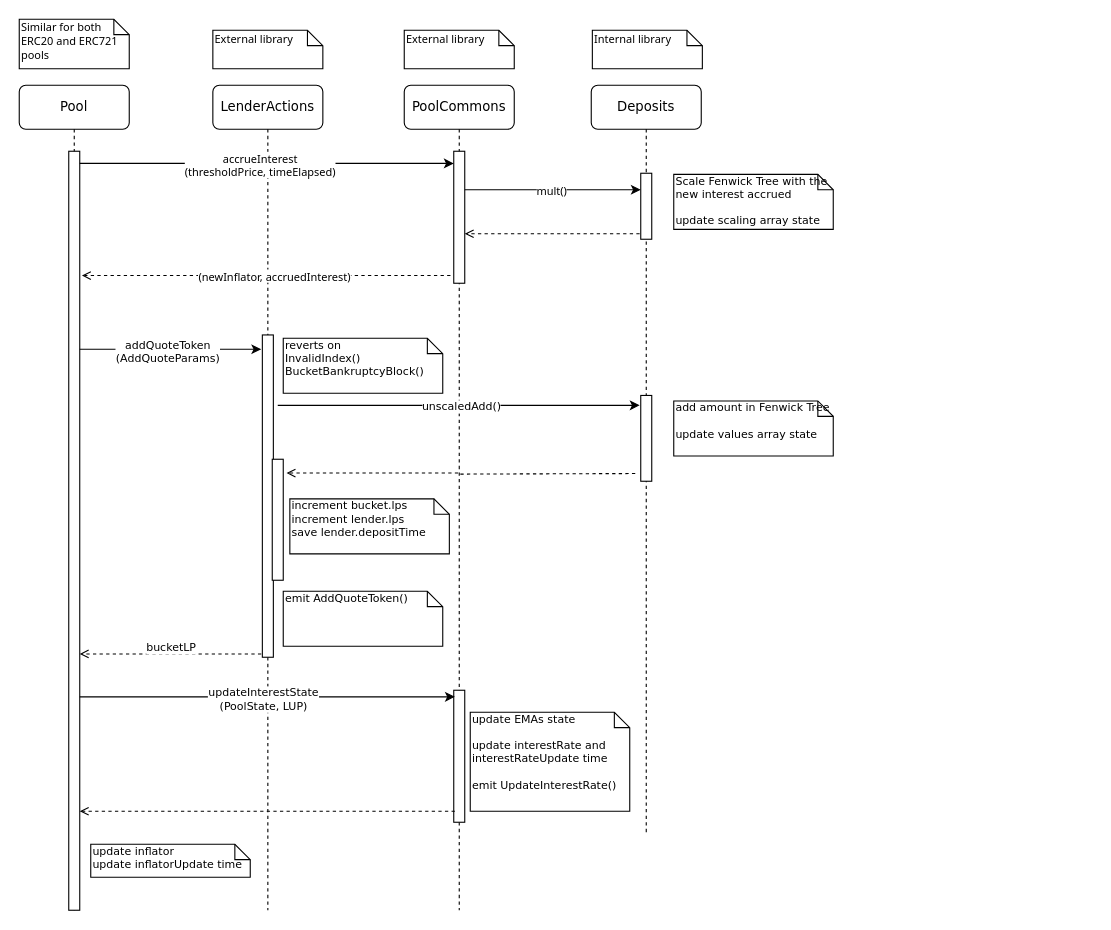
ajna-finance/ajna-core keeps this draw.io diagram as docs/drawio/addQuoteToken.drawio. Above is the earlier version. Source tidied: cells renumbered, new cells numbered last; positions are measured from the earlier drawing's top-left corner, leaving out a move shared by most shapes. Both pictures are drawn from the tidied source at 110%, with x=0, y=0 at pixel (19, 19).
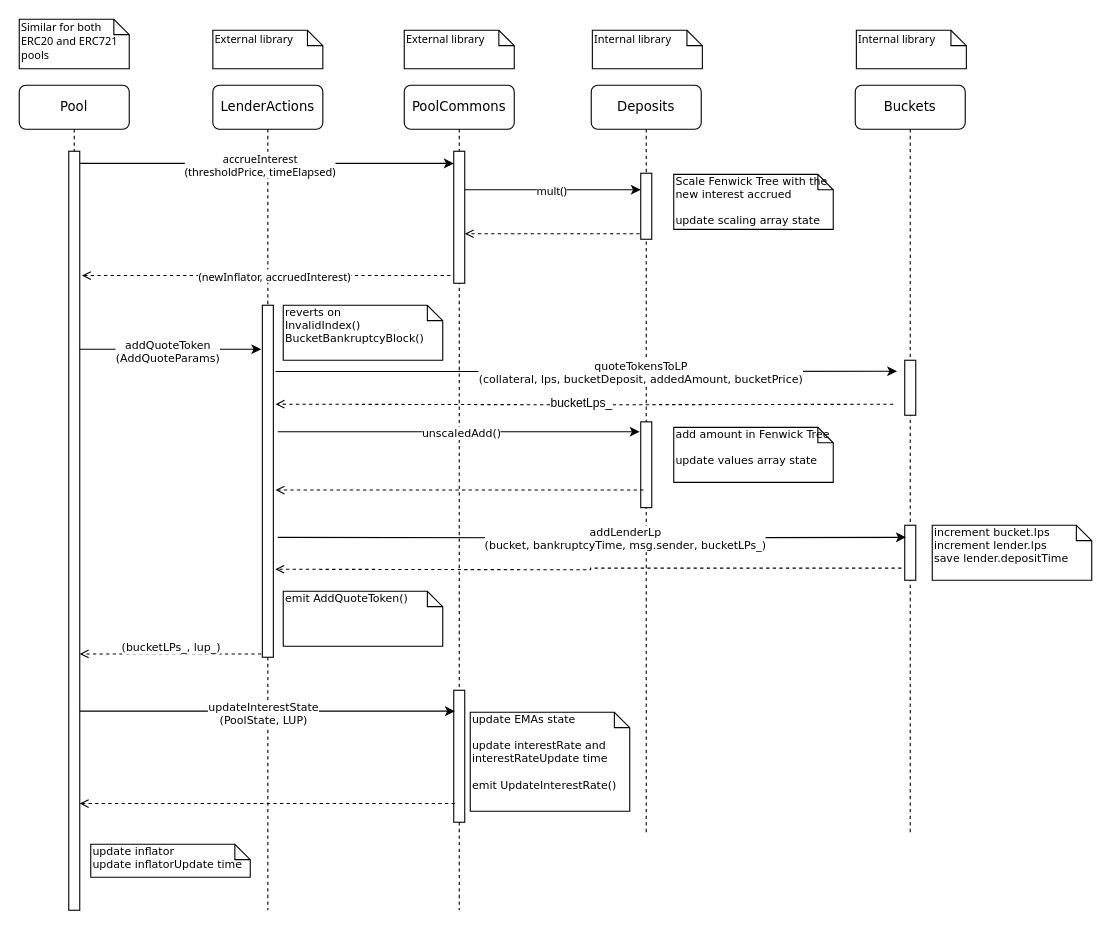
Above is the later version.

Unchanged cells that the change refers to:
```xml
<mxCell id="2" value="LenderActions" style="shape=umlLifeline;perimeter=lifelinePerimeter;whiteSpace=wrap;html=1;rounded=1;shadow=0;comic=0;labelBackgroundColor=none;strokeWidth=1;fontFamily=Verdana;fontSize=12;align=center;" parent="1" vertex="1">
  <mxGeometry x="176" y="60" width="100" height="750" as="geometry" />
</mxCell>
<mxCell id="5" value="PoolCommons" style="shape=umlLifeline;perimeter=lifelinePerimeter;whiteSpace=wrap;html=1;rounded=1;shadow=0;comic=0;labelBackgroundColor=none;strokeWidth=1;fontFamily=Verdana;fontSize=12;align=center;" parent="1" vertex="1">
  <mxGeometry x="350" y="60" width="100" height="750" as="geometry" />
</mxCell>
<mxCell id="7" style="html=1;points=[];perimeter=orthogonalPerimeter;rounded=0;shadow=0;comic=0;labelBackgroundColor=none;strokeWidth=1;fontFamily=Verdana;fontSize=12;align=center;" parent="5" vertex="1">
  <mxGeometry x="45" y="550" width="10" height="120" as="geometry" />
</mxCell>
<mxCell id="8" value="&lt;font&gt;Deposits&lt;/font&gt;" style="shape=umlLifeline;perimeter=lifelinePerimeter;whiteSpace=wrap;html=1;rounded=1;shadow=0;comic=0;labelBackgroundColor=none;strokeWidth=1;fontFamily=Verdana;fontSize=12;align=center;" parent="1" vertex="1">
  <mxGeometry x="520" y="60" width="100" height="680" as="geometry" />
</mxCell>
<mxCell id="12" style="html=1;points=[];perimeter=orthogonalPerimeter;rounded=0;shadow=0;comic=0;labelBackgroundColor=none;strokeWidth=1;fontFamily=Verdana;fontSize=12;align=center;" parent="11" vertex="1">
  <mxGeometry x="45" y="60" width="10" height="690" as="geometry" />
</mxCell>
```

Diff of the diagram source:
```diff
@@
     <mxCell id="3" style="html=1;points=[];perimeter=orthogonalPerimeter;rounded=0;shadow=0;comic=0;labelBackgroundColor=none;strokeWidth=1;fontFamily=Verdana;fontSize=12;align=center;" parent="2" vertex="1">
-      <mxGeometry x="45" y="227" width="10" height="293" as="geometry" />
+      <mxGeometry x="45" y="200" width="10" height="320" as="geometry" />
     </mxCell>
-    <mxCell id="4" style="html=1;points=[];perimeter=orthogonalPerimeter;rounded=0;shadow=0;comic=0;labelBackgroundColor=none;strokeColor=#000000;strokeWidth=1;fillColor=#FFFFFF;fontFamily=Verdana;fontSize=12;fontColor=#000000;align=center;" parent="2" vertex="1">
-      <mxGeometry x="54" y="340" width="10" height="110" as="geometry" />
-    </mxCell>
@@
+    <mxCell id="30" value="&lt;div&gt;reverts on&lt;/div&gt;&lt;div&gt;InvalidIndex()&lt;/div&gt;&lt;div&gt;BucketBankruptcyBlock()&lt;br&gt;&lt;/div&gt;" style="shape=note;whiteSpace=wrap;html=1;size=14;verticalAlign=top;align=left;spacingTop=-6;rounded=0;shadow=0;comic=0;labelBackgroundColor=none;strokeWidth=1;fontFamily=Verdana;fontSize=10;" parent="5" vertex="1">
+      <mxGeometry x="-110" y="200" width="145" height="50" as="geometry" />
+    </mxCell>
@@
     <mxCell id="10" style="html=1;perimeter=orthogonalPerimeter;rounded=0;shadow=0;comic=0;labelBackgroundColor=none;strokeWidth=1;fontFamily=Verdana;fontSize=12;align=center;" parent="8" vertex="1">
-      <mxGeometry x="45" y="282" width="10" height="78" as="geometry" />
+      <mxGeometry x="45" y="306" width="10" height="78" as="geometry" />
     </mxCell>
@@
     <mxCell id="27" style="edgeStyle=orthogonalEdgeStyle;rounded=0;orthogonalLoop=1;jettySize=auto;html=1;fontFamily=Verdana;fontSize=10;endArrow=classic;endFill=1;" parent="1" edge="1">
       <mxGeometry relative="1" as="geometry">
-        <mxPoint x="235" y="351" as="sourcePoint" />
-        <mxPoint x="564" y="351" as="targetPoint" />
+        <mxPoint x="235" y="375" as="sourcePoint" />
+        <mxPoint x="564" y="375" as="targetPoint" />
         <Array as="points">
-          <mxPoint x="334" y="351" />
-          <mxPoint x="334" y="351" />
+          <mxPoint x="334" y="375" />
+          <mxPoint x="334" y="375" />
         </Array>
       </mxGeometry>
     </mxCell>
@@
     <mxCell id="29" value="&lt;div&gt;add amount in Fenwick Tree&lt;br&gt;&lt;/div&gt;&lt;div&gt;&lt;br&gt;&lt;/div&gt;&lt;div&gt;update values array state&lt;br&gt;&lt;/div&gt;" style="shape=note;whiteSpace=wrap;html=1;size=14;verticalAlign=top;align=left;spacingTop=-6;rounded=0;shadow=0;comic=0;labelBackgroundColor=none;strokeWidth=1;fontFamily=Verdana;fontSize=10;" parent="1" vertex="1">
-      <mxGeometry x="595" y="347" width="145" height="50" as="geometry" />
+      <mxGeometry x="595" y="371" width="145" height="50" as="geometry" />
     </mxCell>
-    <mxCell id="30" value="&lt;div&gt;reverts on&lt;/div&gt;&lt;div&gt;InvalidIndex()&lt;/div&gt;&lt;div&gt;BucketBankruptcyBlock()&lt;br&gt;&lt;/div&gt;" style="shape=note;whiteSpace=wrap;html=1;size=14;verticalAlign=top;align=left;spacingTop=-6;rounded=0;shadow=0;comic=0;labelBackgroundColor=none;strokeWidth=1;fontFamily=Verdana;fontSize=10;" parent="1" vertex="1">
-      <mxGeometry x="240" y="290" width="145" height="50" as="geometry" />
-    </mxCell>
-    <mxCell id="31" value="&lt;div&gt;increment bucket.lps&lt;/div&gt;&lt;div&gt;increment lender.lps&lt;/div&gt;&lt;div&gt;save lender.depositTime&lt;br&gt;&lt;/div&gt;" style="shape=note;whiteSpace=wrap;html=1;size=14;verticalAlign=top;align=left;spacingTop=-6;rounded=0;shadow=0;comic=0;labelBackgroundColor=none;strokeWidth=1;fontFamily=Verdana;fontSize=10;" parent="1" vertex="1">
-      <mxGeometry x="246" y="436" width="145" height="50" as="geometry" />
-    </mxCell>
-    <mxCell id="32" style="edgeStyle=orthogonalEdgeStyle;rounded=0;jettySize=auto;html=1;entryX=1.3;entryY=0.114;entryDx=0;entryDy=0;entryPerimeter=0;fontFamily=Verdana;fontSize=10;endArrow=open;endFill=0;dashed=1;" parent="1" edge="1" target="4">
+    <mxCell id="32" style="edgeStyle=orthogonalEdgeStyle;rounded=0;orthogonalLoop=1;jettySize=auto;html=1;fontFamily=Verdana;fontSize=10;endArrow=open;endFill=0;dashed=1;exitX=0.45;exitY=0.795;exitDx=0;exitDy=0;exitPerimeter=0;" parent="1" edge="1">
       <mxGeometry relative="1" as="geometry">
-        <mxPoint x="560" y="413" as="sourcePoint" />
+        <mxPoint x="567.5" y="428" as="sourcePoint" />
+        <mxPoint x="233" y="428" as="targetPoint" />
       </mxGeometry>
     </mxCell>
@@
-    <mxCell id="35" style="edgeStyle=orthogonalEdgeStyle;rounded=0;jettySize=auto;html=1;entryX=0.1;entryY=0.05;entryDx=0;entryDy=0;entryPerimeter=0;fontFamily=Verdana;fontSize=10;endArrow=classic;endFill=1;" parent="1" edge="1" source="12" target="7">
+    <mxCell id="35" style="edgeStyle=orthogonalEdgeStyle;rounded=0;orthogonalLoop=1;jettySize=auto;html=1;entryX=0.1;entryY=0.05;entryDx=0;entryDy=0;entryPerimeter=0;fontFamily=Verdana;fontSize=10;endArrow=classic;endFill=1;" parent="1" edge="1">
       <mxGeometry relative="1" as="geometry">
+        <mxPoint x="55" y="629" as="sourcePoint" />
+        <mxPoint x="396" y="629" as="targetPoint" />
         <Array as="points">
-          <mxPoint x="140" y="616" />
-          <mxPoint x="140" y="616" />
+          <mxPoint x="140" y="629" />
+          <mxPoint x="140" y="629" />
         </Array>
       </mxGeometry>
     </mxCell>
@@
-    <mxCell id="37" style="edgeStyle=orthogonalEdgeStyle;rounded=0;jettySize=auto;html=1;dashed=1;fontFamily=Verdana;fontSize=10;endArrow=open;endFill=0;exitX=0.1;exitY=0.917;exitDx=0;exitDy=0;exitPerimeter=0;" parent="1" edge="1" source="7">
+    <mxCell id="37" style="edgeStyle=orthogonalEdgeStyle;rounded=0;orthogonalLoop=1;jettySize=auto;html=1;dashed=1;fontFamily=Verdana;fontSize=10;endArrow=open;endFill=0;exitX=0.1;exitY=0.917;exitDx=0;exitDy=0;exitPerimeter=0;" parent="1" edge="1">
       <mxGeometry relative="1" as="geometry">
-        <mxPoint x="55" y="720" as="targetPoint" />
+        <mxPoint x="396" y="713" as="sourcePoint" />
+        <mxPoint x="55" y="713" as="targetPoint" />
       </mxGeometry>
     </mxCell>
@@
-    <mxCell id="40" value="bucketLP" style="edgeLabel;html=1;align=center;verticalAlign=middle;fontSize=10;fontFamily=Verdana;" parent="1" vertex="1">
+    <mxCell id="40" value="(bucketLPs_, lup_)" style="edgeLabel;html=1;align=center;verticalAlign=middle;fontSize=10;fontFamily=Verdana;" parent="1" vertex="1">
       <mxGeometry x="137.5" y="570" as="geometry" />
     </mxCell>
+    <mxCell id="41" value="Buckets" style="shape=umlLifeline;perimeter=lifelinePerimeter;whiteSpace=wrap;html=1;rounded=1;shadow=0;comic=0;labelBackgroundColor=none;strokeWidth=1;fontFamily=Verdana;fontSize=12;align=center;" parent="1" vertex="1">
+      <mxGeometry x="760" y="60" width="100" height="680" as="geometry" />
+    </mxCell>
+    <mxCell id="42" style="html=1;perimeter=orthogonalPerimeter;rounded=0;shadow=0;comic=0;labelBackgroundColor=none;strokeWidth=1;fontFamily=Verdana;fontSize=12;align=center;" parent="41" vertex="1">
+      <mxGeometry x="45" y="250" width="10" height="50" as="geometry" />
+    </mxCell>
+    <mxCell id="43" style="html=1;points=[];perimeter=orthogonalPerimeter;rounded=0;shadow=0;comic=0;labelBackgroundColor=none;strokeWidth=1;fontFamily=Verdana;fontSize=12;align=center;" parent="41" vertex="1">
+      <mxGeometry x="45" y="400" width="10" height="50" as="geometry" />
+    </mxCell>
+    <mxCell id="44" value="&lt;font style=&quot;font-size: 10px;&quot; face=&quot;Tahoma&quot;&gt;Internal library&lt;br&gt;&lt;/font&gt;" style="shape=note;whiteSpace=wrap;html=1;size=14;verticalAlign=top;align=left;spacingTop=-6;rounded=0;shadow=0;comic=0;labelBackgroundColor=none;strokeWidth=1;fontFamily=Verdana;fontSize=12;" parent="1" vertex="1">
+      <mxGeometry x="761" y="10" width="100" height="35" as="geometry" />
+    </mxCell>
+    <mxCell id="45" style="edgeStyle=orthogonalEdgeStyle;rounded=0;jettySize=auto;html=1;fontFamily=Verdana;fontSize=10;endArrow=classic;endFill=1;exitX=1.2;exitY=0.188;exitDx=0;exitDy=0;exitPerimeter=0;" parent="1" edge="1" source="3">
+      <mxGeometry relative="1" as="geometry">
+        <mxPoint x="798" y="320" as="targetPoint" />
+      </mxGeometry>
+    </mxCell>
+    <mxCell id="46" value="quoteTokensToLP&lt;br&gt;(collateral, lps, bucketDeposit, addedAmount, bucketPrice)" style="edgeLabel;html=1;align=center;verticalAlign=middle;fontSize=10;fontFamily=Verdana;" parent="45" vertex="1">
+      <mxGeometry x="-0.09" relative="1" as="geometry">
+        <mxPoint x="75" as="offset" />
+      </mxGeometry>
+    </mxCell>
+    <mxCell id="47" style="edgeStyle=orthogonalEdgeStyle;rounded=0;jettySize=auto;html=1;fontFamily=Verdana;fontSize=10;endArrow=open;endFill=0;dashed=1;exitX=0.45;exitY=0.795;exitDx=0;exitDy=0;exitPerimeter=0;entryX=1.2;entryY=0.281;entryDx=0;entryDy=0;entryPerimeter=0;" parent="1" edge="1" target="3">
+      <mxGeometry relative="1" as="geometry">
+        <mxPoint x="794.5" y="350" as="sourcePoint" />
+      </mxGeometry>
+    </mxCell>
+    <mxCell id="48" value="bucketLps_" style="edgeLabel;html=1;align=center;verticalAlign=middle;" parent="47" vertex="1">
+      <mxGeometry x="0.17" y="3" relative="1" as="geometry">
+        <mxPoint x="44" y="-4" as="offset" />
+      </mxGeometry>
+    </mxCell>
+    <mxCell id="31" value="&lt;div&gt;increment bucket.lps&lt;/div&gt;&lt;div&gt;increment lender.lps&lt;/div&gt;&lt;div&gt;save lender.depositTime&lt;br&gt;&lt;/div&gt;" style="shape=note;whiteSpace=wrap;html=1;size=14;verticalAlign=top;align=left;spacingTop=-6;rounded=0;shadow=0;comic=0;labelBackgroundColor=none;strokeWidth=1;fontFamily=Verdana;fontSize=10;" parent="1" vertex="1">
+      <mxGeometry x="830" y="460" width="145" height="50" as="geometry" />
+    </mxCell>
+    <mxCell id="49" style="edgeStyle=orthogonalEdgeStyle;rounded=0;jettySize=auto;html=1;fontFamily=Verdana;fontSize=10;endArrow=classic;endFill=1;exitX=1.4;exitY=0.7;exitDx=0;exitDy=0;exitPerimeter=0;entryX=0.1;entryY=0.22;entryDx=0;entryDy=0;entryPerimeter=0;" parent="1" edge="1" target="43">
+      <mxGeometry relative="1" as="geometry">
+        <mxPoint x="235" y="471" as="sourcePoint" />
+      </mxGeometry>
+    </mxCell>
+    <mxCell id="50" value="addLenderLp&lt;br&gt;(bucket, bankruptcyTime, msg.sender, bucketLPs_)" style="edgeLabel;html=1;align=center;verticalAlign=middle;fontSize=10;fontFamily=Verdana;" parent="49" vertex="1">
+      <mxGeometry x="-0.09" relative="1" as="geometry">
+        <mxPoint x="56" as="offset" />
+      </mxGeometry>
+    </mxCell>
+    <mxCell id="51" style="edgeStyle=orthogonalEdgeStyle;rounded=0;jettySize=auto;html=1;fontFamily=Verdana;fontSize=10;endArrow=open;endFill=0;dashed=1;exitX=-0.3;exitY=0.78;exitDx=0;exitDy=0;exitPerimeter=0;" parent="1" edge="1" source="43">
+      <mxGeometry relative="1" as="geometry">
+        <mxPoint x="232.8" y="500" as="targetPoint" />
+      </mxGeometry>
+    </mxCell>
```
